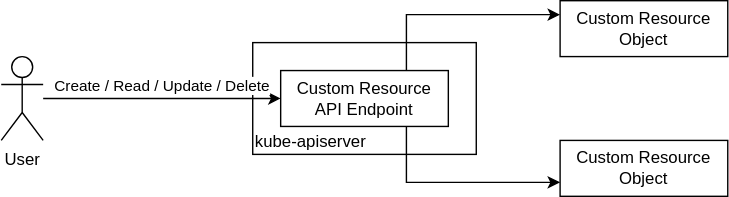
Earlier version of the draw.io export Kubernetes/images/custom-resource.drawio.svg (k-makino-jp/sandbox). Source tidied: cells renumbered, new cells last; positions are measured from the earlier drawing's top-left corner, leaving out a move shared by most shapes. Source of this version:
```xml
<mxGraphModel>
  <root>
    <mxCell id="0" />
    <mxCell id="1" parent="0" />
    <mxCell id="2" value="kube-apiserver" style="rounded=0;whiteSpace=wrap;html=1;align=left;verticalAlign=bottom;" parent="1" vertex="1">
      <mxGeometry x="180" y="30" width="160" height="80" as="geometry" />
    </mxCell>
    <mxCell id="3" style="edgeStyle=orthogonalEdgeStyle;rounded=0;jettySize=auto;html=1;exitX=0.75;exitY=0;exitDx=0;exitDy=0;entryX=0;entryY=0.25;entryDx=0;entryDy=0;" parent="1" edge="1" source="5" target="6">
      <mxGeometry relative="1" as="geometry" />
    </mxCell>
    <mxCell id="4" style="edgeStyle=orthogonalEdgeStyle;rounded=0;jettySize=auto;html=1;exitX=0.75;exitY=1;exitDx=0;exitDy=0;entryX=0;entryY=0.75;entryDx=0;entryDy=0;" parent="1" edge="1" source="5" target="7">
      <mxGeometry relative="1" as="geometry" />
    </mxCell>
    <mxCell id="5" value="Custom Resource API Endpoint" style="rounded=0;whiteSpace=wrap;html=1;" parent="1" vertex="1">
      <mxGeometry x="200" y="50" width="120" height="40" as="geometry" />
    </mxCell>
    <mxCell id="6" value="Custom Resource Object" style="rounded=0;whiteSpace=wrap;html=1;" parent="1" vertex="1">
      <mxGeometry x="400" width="120" height="40" as="geometry" />
    </mxCell>
    <mxCell id="7" value="Custom Resource Object" style="rounded=0;whiteSpace=wrap;html=1;" parent="1" vertex="1">
      <mxGeometry x="400" y="100" width="120" height="40" as="geometry" />
    </mxCell>
    <mxCell id="8" value="Create / Read / Update / Delete" style="edgeStyle=orthogonalEdgeStyle;rounded=0;jettySize=auto;html=1;entryX=0;entryY=0.5;entryDx=0;entryDy=0;verticalAlign=bottom;" parent="1" edge="1" source="9" target="5">
      <mxGeometry relative="1" as="geometry" />
    </mxCell>
    <mxCell id="9" value="User" style="shape=umlActor;verticalLabelPosition=bottom;verticalAlign=top;html=1;outlineConnect=0;" parent="1" vertex="1">
      <mxGeometry y="40" width="30" height="60" as="geometry" />
    </mxCell>
  </root>
</mxGraphModel>
```
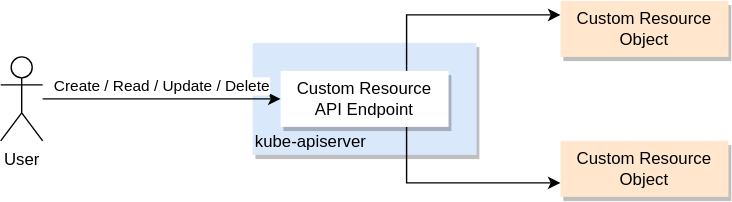
The same diagram one commit later.

Diff of the diagram source:
```diff
@@ -2,7 +2,7 @@
   <root>
     <mxCell id="0" />
     <mxCell id="1" parent="0" />
-    <mxCell id="2" value="kube-apiserver" style="rounded=0;whiteSpace=wrap;html=1;align=left;verticalAlign=bottom;" parent="1" vertex="1">
+    <mxCell id="2" value="kube-apiserver" style="rounded=0;whiteSpace=wrap;html=1;align=left;verticalAlign=bottom;shadow=1;fillColor=#dae8fc;strokeColor=none;" parent="1" vertex="1">
       <mxGeometry x="180" y="30" width="160" height="80" as="geometry" />
     </mxCell>
     <mxCell id="3" style="edgeStyle=orthogonalEdgeStyle;rounded=0;jettySize=auto;html=1;exitX=0.75;exitY=0;exitDx=0;exitDy=0;entryX=0;entryY=0.25;entryDx=0;entryDy=0;" parent="1" edge="1" source="5" target="6">
@@ -11,13 +11,13 @@
     <mxCell id="4" style="edgeStyle=orthogonalEdgeStyle;rounded=0;jettySize=auto;html=1;exitX=0.75;exitY=1;exitDx=0;exitDy=0;entryX=0;entryY=0.75;entryDx=0;entryDy=0;" parent="1" edge="1" source="5" target="7">
       <mxGeometry relative="1" as="geometry" />
     </mxCell>
-    <mxCell id="5" value="Custom Resource API Endpoint" style="rounded=0;whiteSpace=wrap;html=1;" parent="1" vertex="1">
+    <mxCell id="5" value="Custom Resource API Endpoint" style="rounded=0;whiteSpace=wrap;html=1;shadow=1;strokeColor=none;" parent="1" vertex="1">
       <mxGeometry x="200" y="50" width="120" height="40" as="geometry" />
     </mxCell>
-    <mxCell id="6" value="Custom Resource Object" style="rounded=0;whiteSpace=wrap;html=1;" parent="1" vertex="1">
+    <mxCell id="6" value="Custom Resource Object" style="rounded=0;whiteSpace=wrap;html=1;fillColor=#ffe6cc;strokeColor=none;shadow=1;" parent="1" vertex="1">
       <mxGeometry x="400" width="120" height="40" as="geometry" />
     </mxCell>
-    <mxCell id="7" value="Custom Resource Object" style="rounded=0;whiteSpace=wrap;html=1;" parent="1" vertex="1">
+    <mxCell id="7" value="Custom Resource Object" style="rounded=0;whiteSpace=wrap;html=1;fillColor=#ffe6cc;strokeColor=none;shadow=1;" parent="1" vertex="1">
       <mxGeometry x="400" y="100" width="120" height="40" as="geometry" />
     </mxCell>
     <mxCell id="8" value="Create / Read / Update / Delete" style="edgeStyle=orthogonalEdgeStyle;rounded=0;jettySize=auto;html=1;entryX=0;entryY=0.5;entryDx=0;entryDy=0;verticalAlign=bottom;" parent="1" edge="1" source="9" target="5">
```
